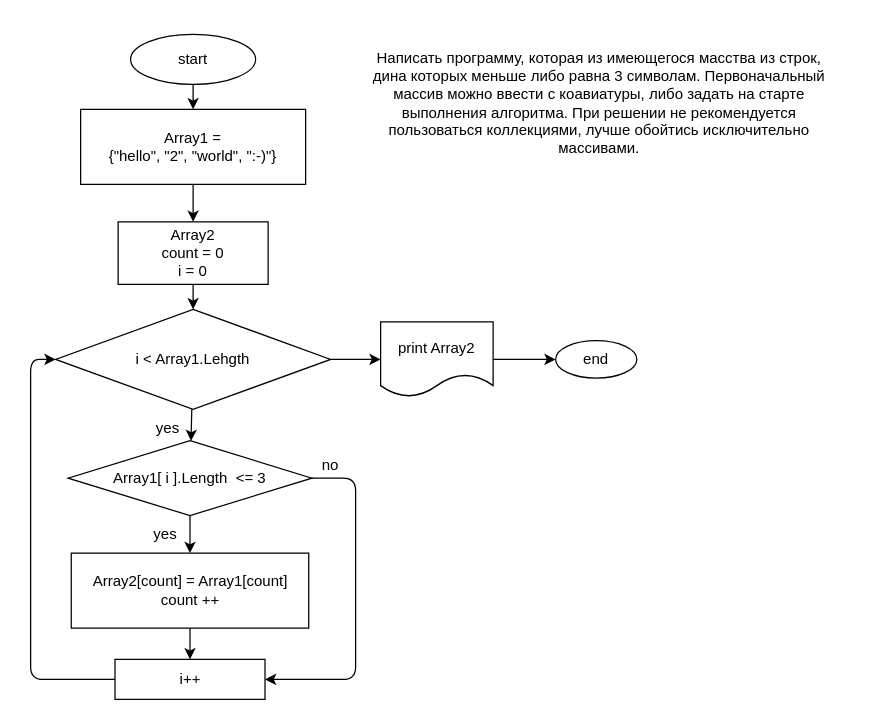
The draw.io diagram FinalTask/diagram.drawio in Alshopik/final-work, before the edit. Source tidied: cells renumbered, new cells numbered last; positions are measured from the earlier drawing's top-left corner, leaving out a move shared by most shapes. Both pictures are drawn from the tidied source at 125%, with x=0, y=0 at pixel (30, 21).
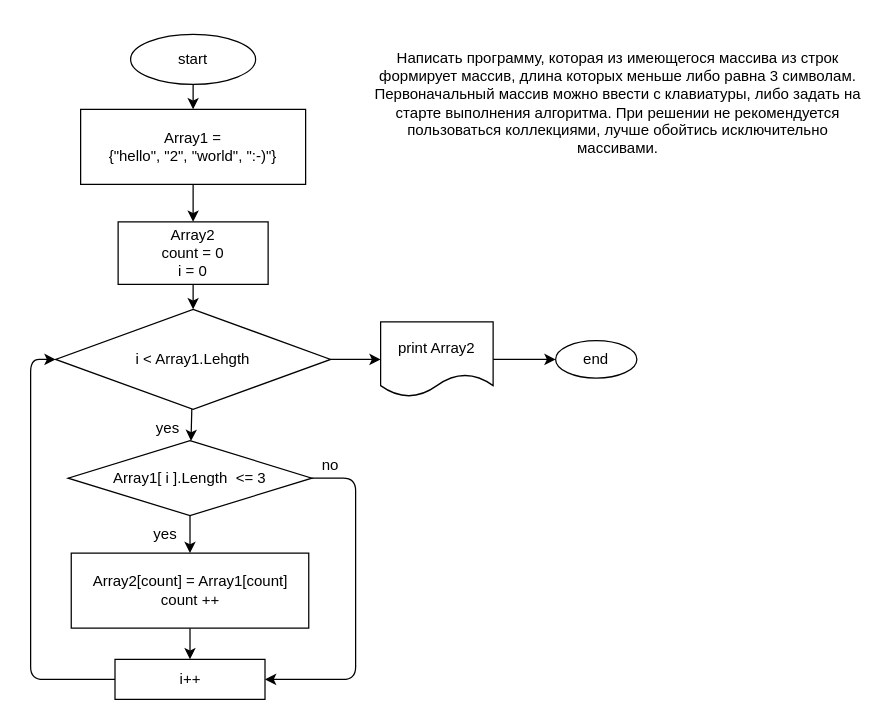
After the change.

What changed in the source:
```diff
@@
-    <mxCell id="4" value="Написать программу, которая из имеющегося масства из строк, дина которых меньше либо равна 3 символам. Первоначальный массив можно ввести с коавиатуры, либо задать на старте выполнения алгоритма. При решении не рекомендуется пользоваться коллекциями, лучше обойтись исключительно массивами." style="text;html=1;strokeColor=none;fillColor=none;align=center;verticalAlign=middle;whiteSpace=wrap;rounded=0;" parent="1" vertex="1">
-      <mxGeometry x="270" width="370" height="130" as="geometry" />
+    <mxCell id="4" value="Написать программу, которая из имеющегося массива из строк формирует массив, длина которых меньше либо равна 3 символам. Первоначальный массив можно ввести с клавиатуры, либо задать на старте выполнения алгоритма. При решении не рекомендуется пользоваться коллекциями, лучше обойтись исключительно массивами." style="text;html=1;strokeColor=none;fillColor=none;align=center;verticalAlign=middle;whiteSpace=wrap;rounded=0;" parent="1" vertex="1">
+      <mxGeometry x="270" width="400" height="130" as="geometry" />
     </mxCell>
```
